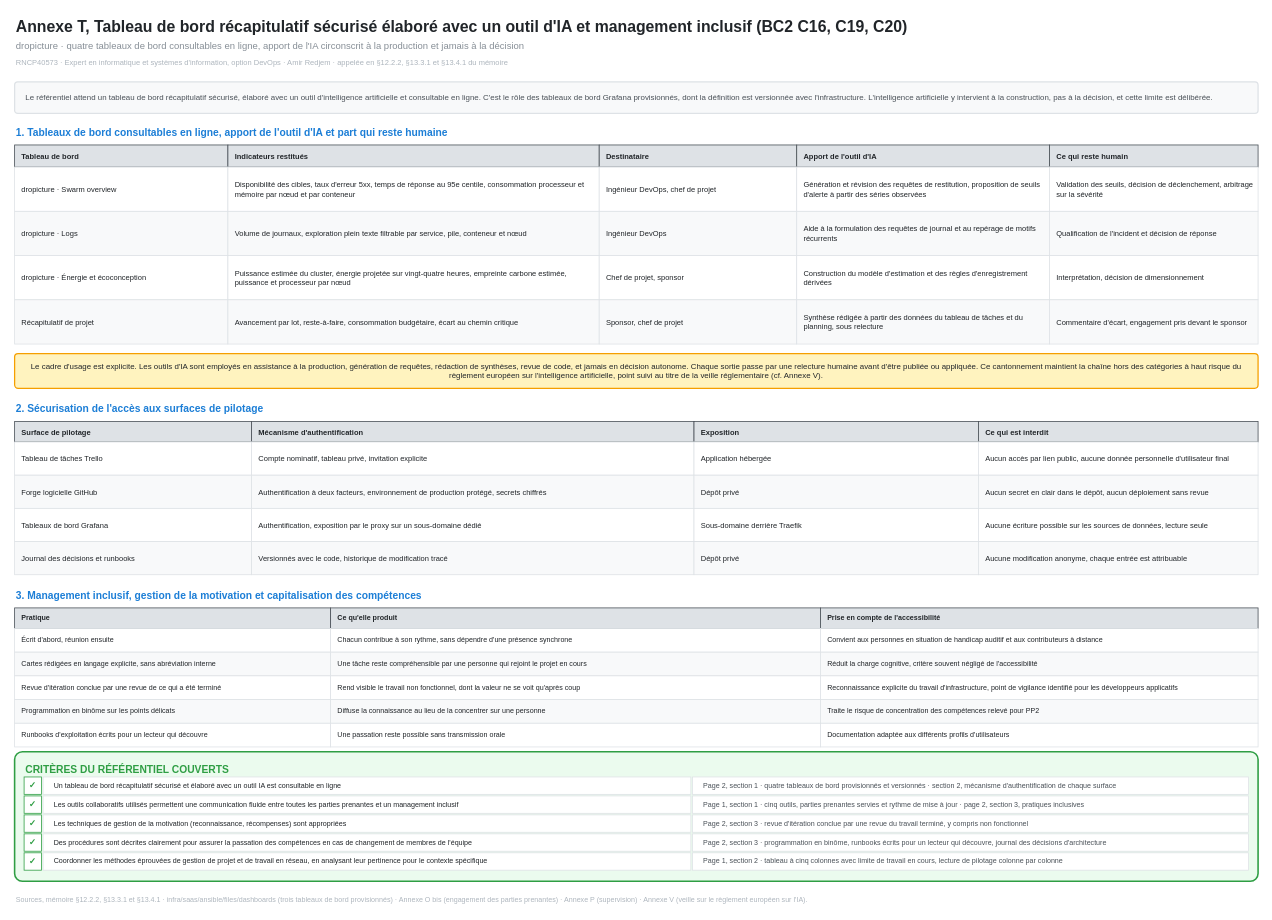
Above: docs/drafts/Annexe T Tableau de bord récapitulatif sécurisé élaboré avec un outil d'IA et management inclusif.drawio in redjem-amir/dropicture (draw.io), before the change. Source tidied: cells renumbered, new cells numbered last; positions are measured from the earlier drawing's top-left corner, leaving out a move shared by most shapes. Both pictures are drawn from the tidied source at 79%, with x=0, y=0 at pixel (14, 13).
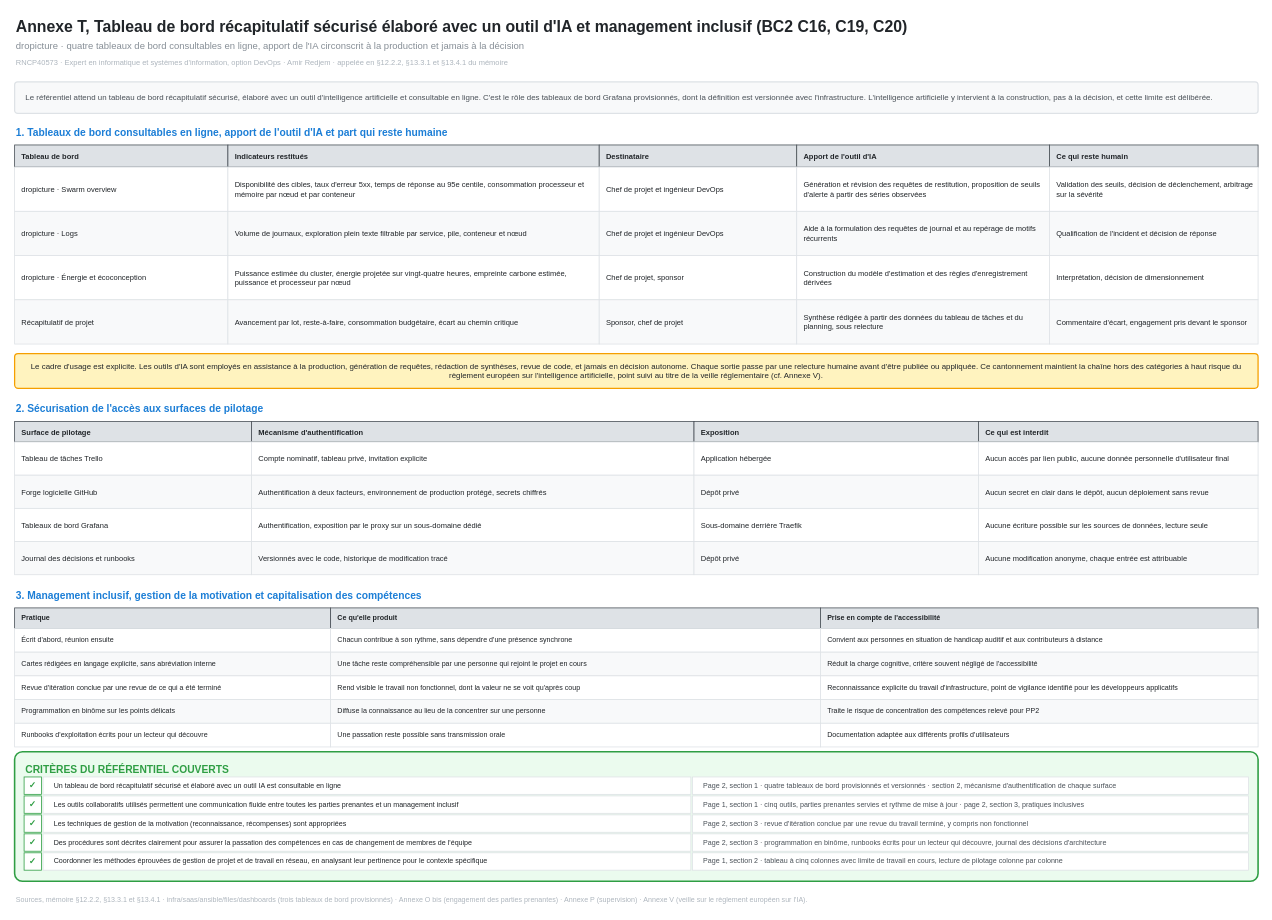
Above is the later version.

Change to the diagram source:
```diff
@@
-    <mxCell id="14" value="Ingénieur DevOps, chef de projet" style="rounded=1;whiteSpace=wrap;html=1;arcSize=0;fillColor=#ffffff;strokeColor=#dee2e6;strokeWidth=1;fontFamily=Helvetica;fontSize=9.5;fontColor=#212529;align=left;verticalAlign=middle;spacing=3;spacingLeft=6;" parent="1" vertex="1">
+    <mxCell id="14" value="Chef de projet et ingénieur DevOps" style="rounded=1;whiteSpace=wrap;html=1;arcSize=0;fillColor=#ffffff;strokeColor=#dee2e6;strokeWidth=1;fontFamily=Helvetica;fontSize=9.5;fontColor=#212529;align=left;verticalAlign=middle;spacing=3;spacingLeft=6;" parent="1" vertex="1">
       <mxGeometry x="740" y="194" width="250" height="56" as="geometry" />
     </mxCell>
@@
-    <mxCell id="19" value="Ingénieur DevOps" style="rounded=1;whiteSpace=wrap;html=1;arcSize=0;fillColor=#f8f9fa;strokeColor=#dee2e6;strokeWidth=1;fontFamily=Helvetica;fontSize=9.5;fontColor=#212529;align=left;verticalAlign=middle;spacing=3;spacingLeft=6;" parent="1" vertex="1">
+    <mxCell id="19" value="Chef de projet et ingénieur DevOps" style="rounded=1;whiteSpace=wrap;html=1;arcSize=0;fillColor=#f8f9fa;strokeColor=#dee2e6;strokeWidth=1;fontFamily=Helvetica;fontSize=9.5;fontColor=#212529;align=left;verticalAlign=middle;spacing=3;spacingLeft=6;" parent="1" vertex="1">
       <mxGeometry x="740" y="250" width="250" height="56" as="geometry" />
     </mxCell>
```
